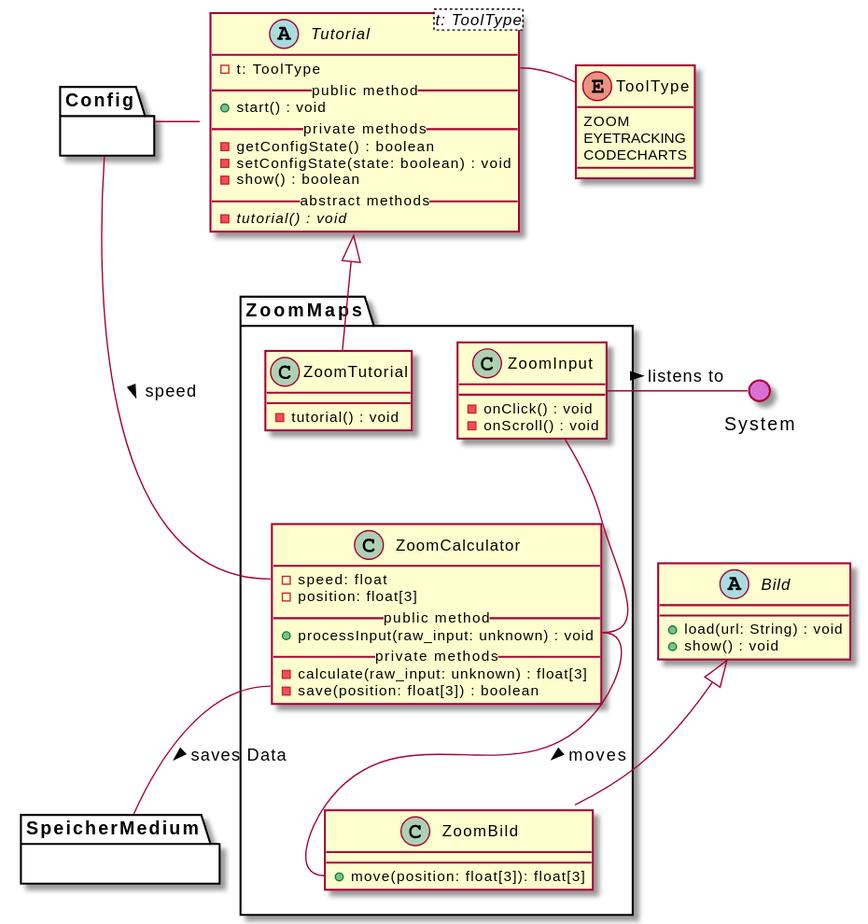
Before: meilenstein_03/uml-zoommaps/zoommaps.svg, a diagram exported from PlantUML (weichware10/meilensteine).
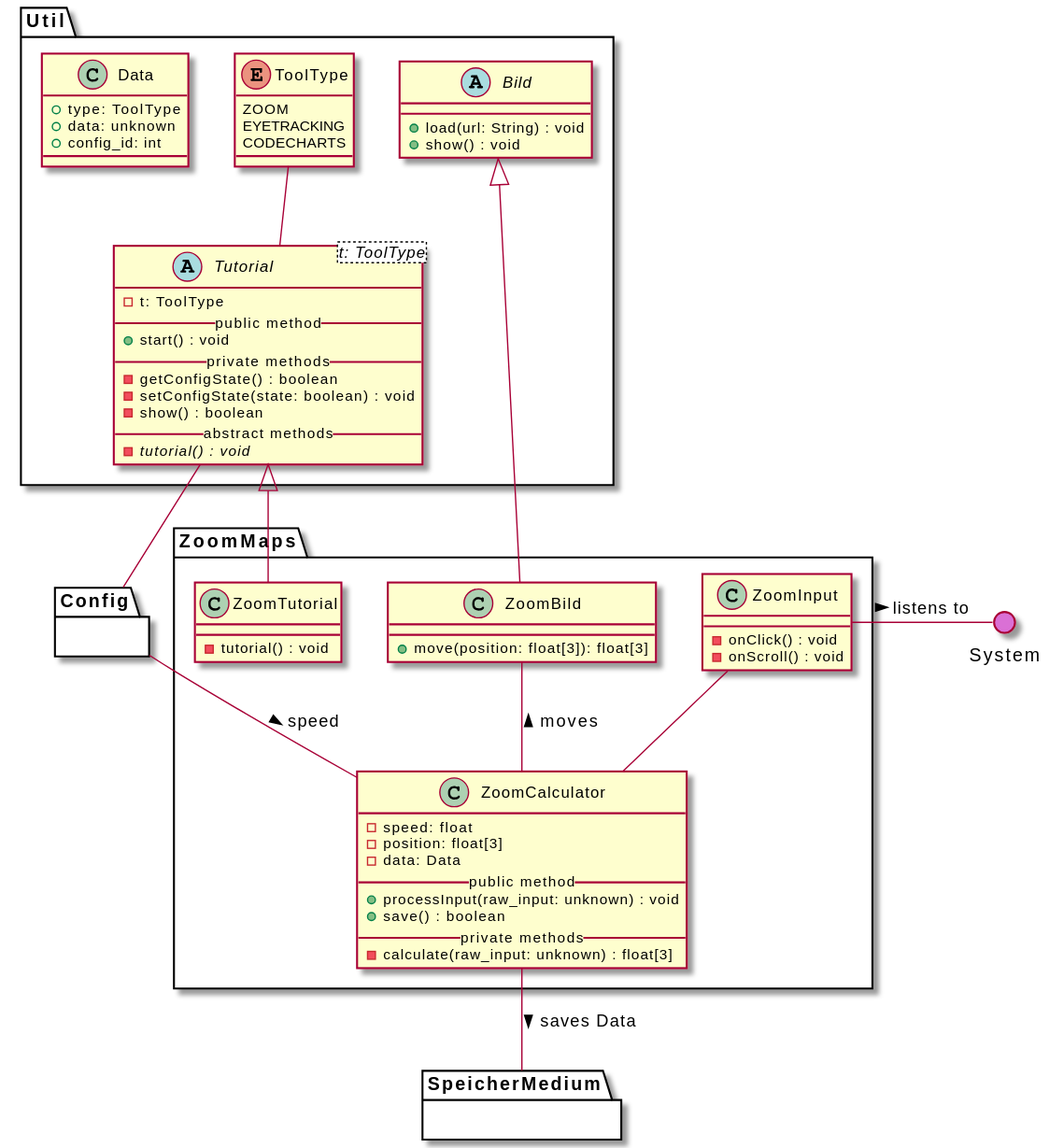
After the change.

Commit message:
Render PlantUML SVGs

Diff of the diagram source:
```diff
@@ -2,33 +2,43 @@
 () System #DA70D5
 top to bottom direction
 
-abstract Tutorial<t: ToolType> {
-  - t: ToolType
-  __public method__
-  + start() : void
-  __private methods__
-  - getConfigState() : boolean
-  - setConfigState(state: boolean) : void
-  - show() : boolean
-  __abstract methods__
-  - {abstract} tutorial() : void
-}
+package Util {
+    abstract Tutorial<t: ToolType> {
+      - t: ToolType
+      __public method__
+      + start() : void
+      __private methods__
+      - getConfigState() : boolean
+      - setConfigState(state: boolean) : void
+      - show() : boolean
+      __abstract methods__
+      - {abstract} tutorial() : void
+    }
 
-enum ToolType {
-  ZOOM
-  EYETRACKING
-  CODECHARTS
-}
+    enum ToolType {
+      ZOOM
+      EYETRACKING
+      CODECHARTS
+    }
 
-Tutorial::t -r- ToolType
-Tutorial -l- Config
+    Tutorial -u- ToolType
+    Tutorial -d- Config
 
 
 
-abstract Bild {
-  + load(url: String) : void
-  + show() : void
+    abstract Bild {
+      + load(url: String) : void
+      + show() : void
+    }
+
+    class Data {
+        + type: ToolType
+        + data: unknown
+        + config_id: int
+    }
 }
+
+
 
 package ZoomMaps {
 
@@ -44,11 +54,12 @@
     class ZoomCalculator {
         - speed: float
         - position: float[3]
+        - data: Data
         __public method__
         + processInput(raw_input: unknown) : void
+        + save() : boolean
         __private methods__
         - calculate(raw_input: unknown) : float[3]
-        - save(position: float[3]) : boolean
     }
 
     class ZoomBild {
@@ -59,11 +70,11 @@
     Bild <|-- ZoomBild
     Tutorial <|-- ZoomTutorial
 
-    ZoomInput -- ZoomCalculator::processInput
-    ZoomCalculator::processInput  -- ZoomBild::move : > moves
+    ZoomInput -d- ZoomCalculator
+    ZoomCalculator  -u- ZoomBild : > moves
 
-    ZoomCalculator::save -- SpeicherMedium : > saves Data
-    ZoomCalculator::speed -l- Config : < speed
+    ZoomCalculator -- SpeicherMedium : > saves Data
+    ZoomCalculator -l- Config : < speed
     ZoomInput -r- System : > listens to
 
 }
```
